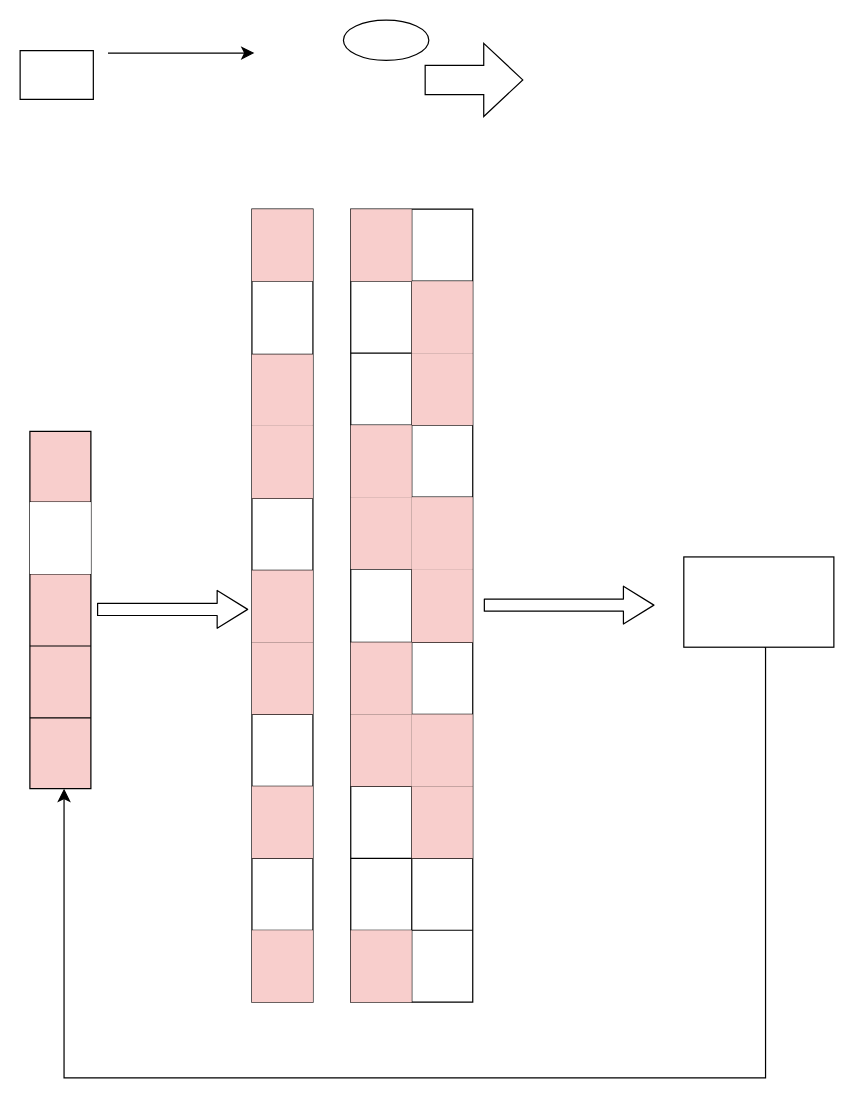
This is page "第 2 页" (2 of 3) of graph.drawio from wildpointer160422/draw, a draw.io file, before an edit. Source tidied: cells renumbered, new cells numbered last; positions are measured from the earlier drawing's top-left corner, leaving out a move shared by most shapes. Both pictures are drawn from the tidied source at 122%, with x=0, y=0 at pixel (20, 20).
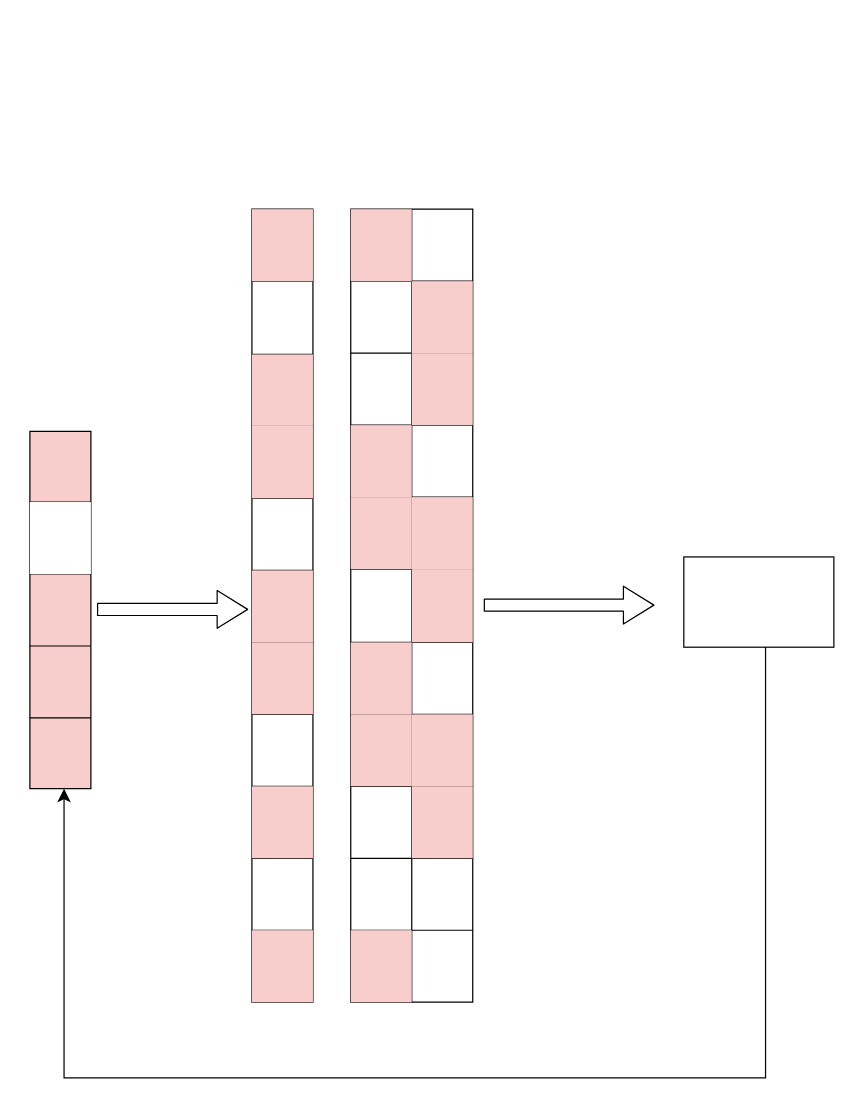
Above is the later version.

Change to the diagram source:
```diff
@@
-    <mxCell id="2" style="shape=table;startSize=0;childLayout=tableLayout;" parent="1" vertex="1">
-      <mxGeometry y="25" width="60" height="40" as="geometry" />
-    </mxCell>
-    <mxCell id="3" style="shape=tableRow;horizontal=0;startSize=0;swimlaneHead=0;swimlaneBody=0;strokeColor=inherit;top=0;left=0;bottom=0;right=0;fillColor=none;" parent="2" vertex="1">
-      <mxGeometry width="60" height="40" as="geometry" />
-    </mxCell>
-    <mxCell id="4" style="shape=partialRectangle;html=1;whiteSpace=wrap;strokeColor=inherit;overflow=hidden;fillColor=none;top=0;left=0;bottom=0;right=0;" parent="3" vertex="1">
-      <mxGeometry width="60" height="40" as="geometry" />
-    </mxCell>
@@
-    <mxCell id="16" style="edgeStyle=none;orthogonalLoop=1;jettySize=auto;html=1;rounded=0;fontSize=12;startSize=8;endSize=8;curved=1;" parent="1" edge="1">
-      <mxGeometry relative="1" as="geometry">
-        <mxPoint x="72" y="27" as="sourcePoint" />
-        <mxPoint x="192" y="27" as="targetPoint" />
-      </mxGeometry>
-    </mxCell>
-    <mxCell id="17" style="ellipse;whiteSpace=wrap;html=1;" parent="1" vertex="1">
-      <mxGeometry x="265" width="70" height="33" as="geometry" />
-    </mxCell>
@@
-    <mxCell id="76" style="shape=singleArrow;whiteSpace=wrap;html=1;arrowWidth=0.4;arrowSize=0.4;" parent="1" vertex="1">
-      <mxGeometry x="332" y="19" width="80" height="60" as="geometry" />
-    </mxCell>
```
